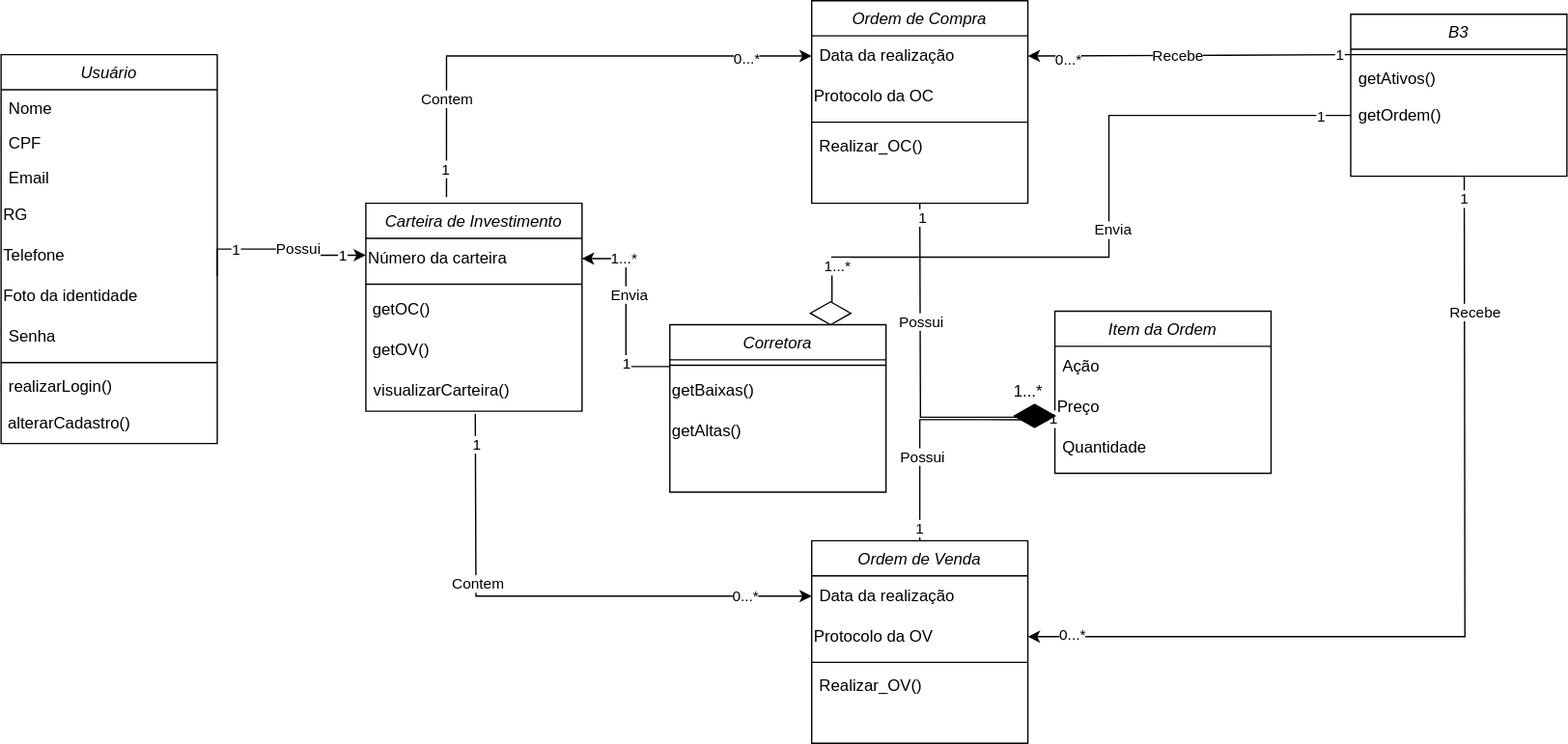
JesCat16/Projeto01_Modelagem_De_Software keeps this draw.io diagram as Diagrama de classe.drawio.svg. Above is the earlier version. Source tidied: cells renumbered, new cells last; positions are measured from the earlier drawing's top-left corner, leaving out a move shared by most shapes.
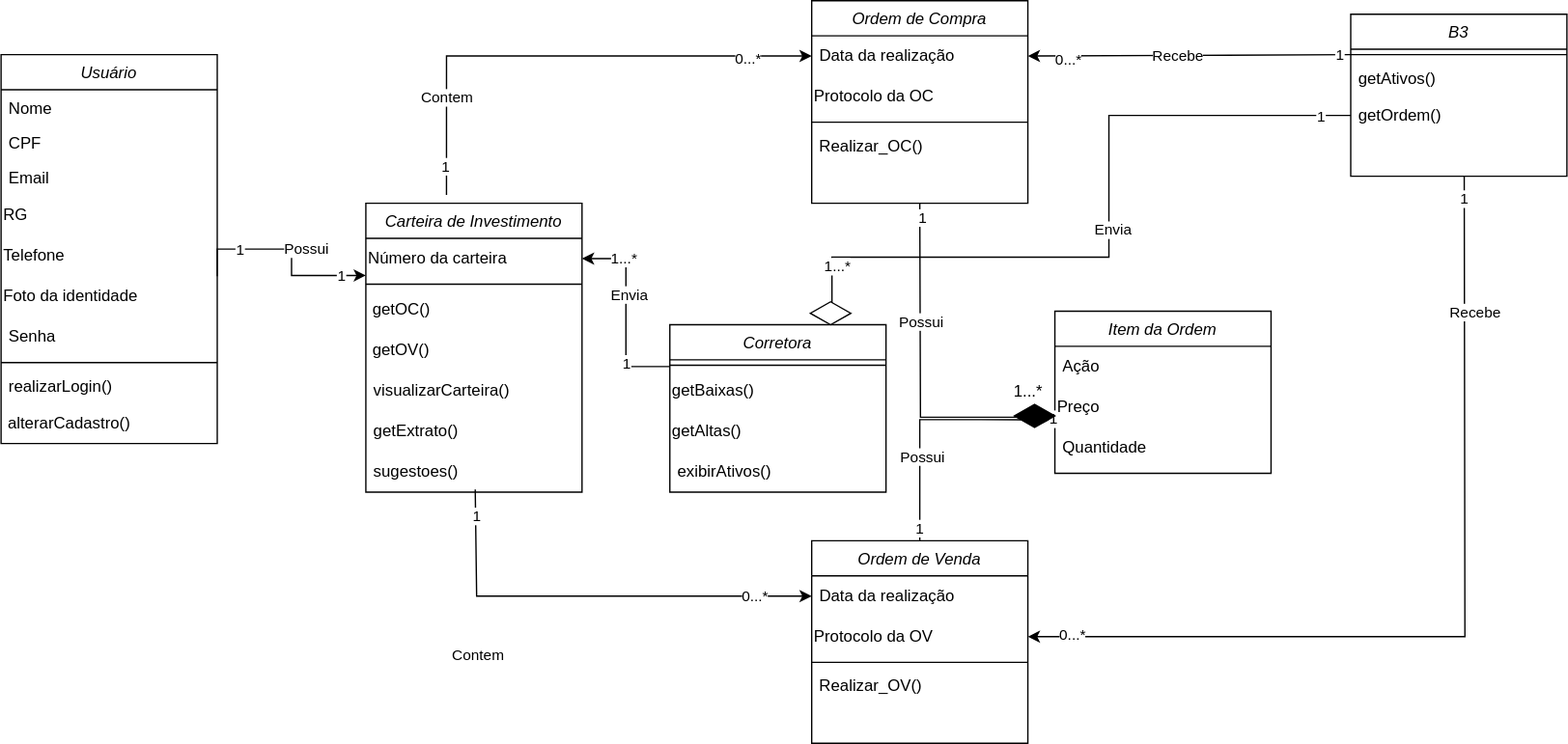
The same diagram one commit later.

Change to the diagram source:
```diff
@@ -36,7 +36,7 @@
       <mxGeometry y="258" width="160" height="30" as="geometry" />
     </mxCell>
     <mxCell id="13" value="Carteira de Investimento" style="swimlane;fontStyle=2;align=center;verticalAlign=top;horizontal=1;startSize=26;rounded=0;shadow=0;strokeWidth=1;" parent="1" vertex="1">
-      <mxGeometry x="270" y="150" width="160" height="154" as="geometry" />
+      <mxGeometry x="270" y="150" width="160" height="214" as="geometry" />
     </mxCell>
     <mxCell id="14" value="Número da carteira" style="text;html=1;align=left;verticalAlign=middle;whiteSpace=wrap;rounded=0;" parent="13" vertex="1">
       <mxGeometry y="26" width="160" height="30" as="geometry" />
@@ -53,6 +53,12 @@
     <mxCell id="18" value="visualizarCarteira()" style="text;strokeColor=none;fillColor=none;align=left;verticalAlign=middle;spacingLeft=4;spacingRight=4;overflow=hidden;whiteSpace=wrap;html=1;" parent="13" vertex="1">
       <mxGeometry y="124" width="160" height="30" as="geometry" />
     </mxCell>
+    <mxCell id="80" value="getExtrato()" style="text;strokeColor=none;fillColor=none;align=left;verticalAlign=middle;spacingLeft=4;spacingRight=4;overflow=hidden;whiteSpace=wrap;html=1;" parent="13" vertex="1">
+      <mxGeometry y="154" width="160" height="30" as="geometry" />
+    </mxCell>
+    <mxCell id="81" value="sugestoes()" style="text;strokeColor=none;fillColor=none;align=left;verticalAlign=middle;spacingLeft=4;spacingRight=4;overflow=hidden;points=[[0,0.5],[1,0.5]];portConstraint=eastwest;whiteSpace=wrap;html=1;" parent="13" vertex="1">
+      <mxGeometry y="184" width="160" height="30" as="geometry" />
+    </mxCell>
     <mxCell id="19" value="Ordem de Compra" style="swimlane;fontStyle=2;align=center;verticalAlign=top;horizontal=1;startSize=26;rounded=0;shadow=0;strokeWidth=1;" parent="1" vertex="1">
       <mxGeometry x="600" width="160" height="150" as="geometry" />
     </mxCell>
@@ -199,9 +205,11 @@
         <mxPoint y="1" as="offset" />
       </mxGeometry>
     </mxCell>
-    <mxCell id="59" style="edgeStyle=orthogonalEdgeStyle;rounded=0;jettySize=auto;html=1;exitX=0;exitY=0.5;exitDx=0;exitDy=0;startArrow=classic;startFill=1;endArrow=none;endFill=0;" parent="1" edge="1" source="29">
+    <mxCell id="59" style="edgeStyle=orthogonalEdgeStyle;rounded=0;jettySize=auto;html=1;exitX=0;exitY=0.5;exitDx=0;exitDy=0;startArrow=classic;startFill=1;endArrow=none;endFill=0;entryX=0.506;entryY=0.933;entryDx=0;entryDy=0;entryPerimeter=0;" parent="1" edge="1" source="29" target="81">
       <mxGeometry relative="1" as="geometry">
-        <mxPoint x="351" y="306" as="targetPoint" />
+        <Array as="points">
+          <mxPoint x="352" y="441" />
+        </Array>
       </mxGeometry>
     </mxCell>
     <mxCell id="60" value="Contem" style="edgeLabel;html=1;align=center;verticalAlign=middle;" parent="59" vertex="1">
@@ -245,6 +253,9 @@
     <mxCell id="70" value="getAltas()" style="text;html=1;align=left;verticalAlign=middle;strokeColor=none;fillColor=none;" parent="67" vertex="1">
       <mxGeometry y="64" width="160" height="30" as="geometry" />
     </mxCell>
+    <mxCell id="82" value="exibirAtivos()" style="text;strokeColor=none;fillColor=none;align=left;verticalAlign=middle;spacingLeft=4;spacingRight=4;overflow=hidden;whiteSpace=wrap;html=1;" parent="67" vertex="1">
+      <mxGeometry y="94" width="160" height="30" as="geometry" />
+    </mxCell>
     <mxCell id="71" style="edgeStyle=orthogonalEdgeStyle;rounded=0;jettySize=auto;html=1;exitX=0;exitY=0.5;exitDx=0;exitDy=0;entryX=0.75;entryY=0;entryDx=0;entryDy=0;" parent="1" edge="1" source="44" target="67">
       <mxGeometry relative="1" as="geometry">
         <Array as="points">
```
